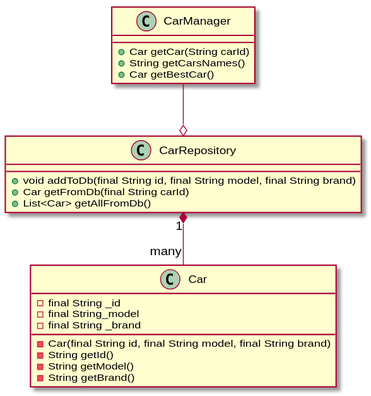
RaedAddala/SOLID keeps this PlantUML diagram as newSRPDiagram.svg. Above is the earlier version.
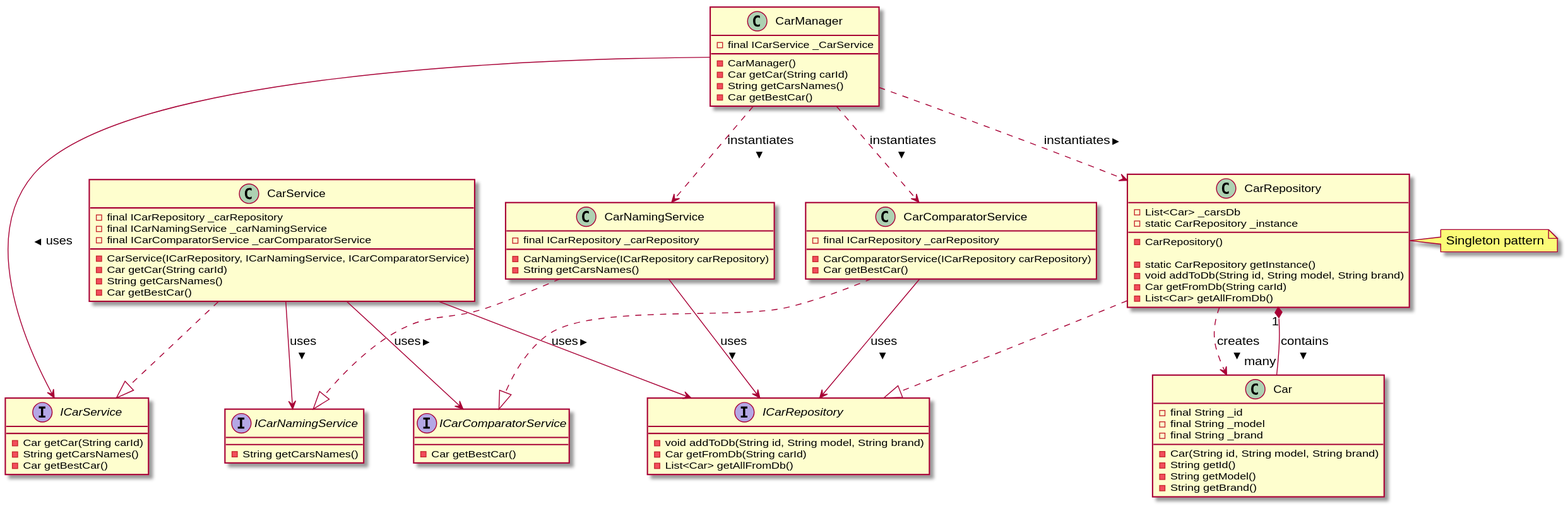
The same file after the commit.

Change to the diagram source:
```diff
@@ -1,23 +1,111 @@
 @startuml newSRPDiagram
-class CarManager {
-    + Car getCar(String carId)
-    + String getCarsNames()
-    + Car getBestCar()
+
+interface ICarRepository {
+
+- void addToDb(String id, String model, String brand)
+- Car getFromDb(String carId)
+- List<Car> getAllFromDb()
 }
-class CarRepository{
-    + void addToDb(final String id, final String model, final String brand)
-    + Car getFromDb(final String carId)
-    + List<Car> getAllFromDb()
+
+interface ICarService {
+
+- Car getCar(String carId)
+- String getCarsNames()
+- Car getBestCar()
 }
-class Car{
-    - final String _id
-    - final String_model
-    - final String _brand
-- Car(final String id, final String model, final String brand)
+
+interface ICarNamingService {
+
+- String getCarsNames()
+}
+
+interface ICarComparatorService {
+
+- Car getBestCar()
+}
+
+class Car {
+
+- final String _id
+- final String _model
+- final String _brand
+
+- Car(String id, String model, String brand)
 - String getId()
 - String getModel()
 - String getBrand()
 }
-CarRepository "1" *-- "many" Car
-CarManager --o CarRepository
+
+class CarManager {
+
+- final ICarService _CarService
+
+- CarManager()
+- Car getCar(String carId)
+- String getCarsNames()
+- Car getBestCar()
+}
+
+class CarRepository {
+
+- List<Car> _carsDb
+- static CarRepository _instance
+- CarRepository()
+
+- static CarRepository getInstance()
+- void addToDb(String id, String model, String brand)
+- Car getFromDb(String carId)
+- List<Car> getAllFromDb()
+}
+
+class CarService {
+
+- final ICarRepository _carRepository
+- final ICarNamingService _carNamingService
+- final ICarComparatorService _carComparatorService
+
+- CarService(ICarRepository, ICarNamingService, ICarComparatorService)
+- Car getCar(String carId)
+- String getCarsNames()
+- Car getBestCar()
+}
+
+class CarNamingService {
+
+- final ICarRepository _carRepository
+
+- CarNamingService(ICarRepository carRepository)
+- String getCarsNames()
+}
+
+class CarComparatorService {
+
+- final ICarRepository _carRepository
+
+- CarComparatorService(ICarRepository carRepository)
+- Car getBestCar()
+}
+
+CarRepository ..|> ICarRepository
+CarRepository "1" *-- "many" Car : contains >
+CarRepository ..> Car : creates >
+
+CarService ..|> ICarService
+CarService --> ICarRepository : uses >
+CarService --> ICarNamingService : uses >
+CarService --> ICarComparatorService : uses >
+
+CarNamingService ..|> ICarNamingService
+CarNamingService --> ICarRepository : uses >
+
+CarComparatorService ..|> ICarComparatorService
+CarComparatorService --> ICarRepository : uses >
+
+CarManager --> ICarService : uses >
+CarManager ..> CarRepository : instantiates >
+CarManager ..> CarNamingService : instantiates >
+CarManager ..> CarComparatorService : instantiates >
+
+note right of CarRepository: Singleton pattern
+
 @enduml
```
